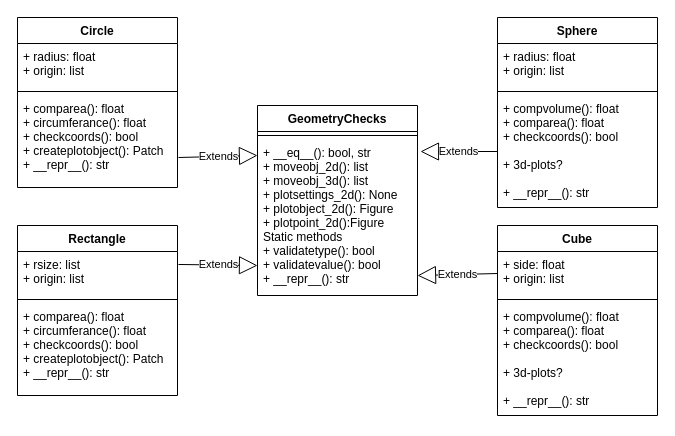
Before: Labs/lab3/geometryUML.drawio in jwiegert/python-programming-joachim-wiegert, a draw.io diagram. Source tidied: cells renumbered, new cells numbered last; positions are measured from the earlier drawing's top-left corner, leaving out a move shared by most shapes. Both pictures are drawn from the tidied source at 100%, with x=0, y=0 at pixel (17, 17).
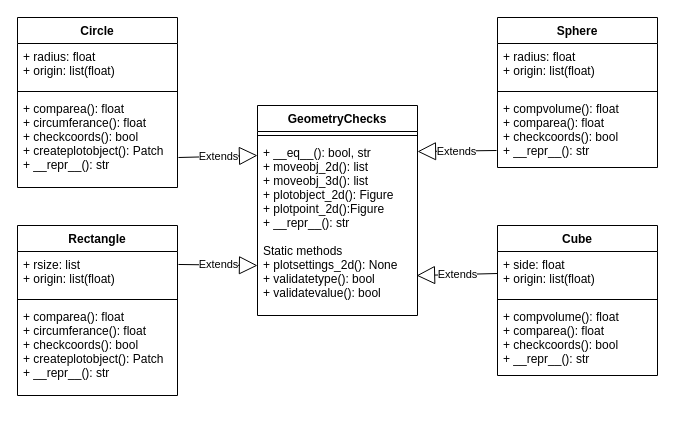
The same diagram, later.

Unchanged cells that the change refers to:
```xml
<mxCell id="5" value="Circle" style="swimlane;fontStyle=1;align=center;verticalAlign=top;horizontal=1;startSize=26;hachureGap=4;" parent="1" vertex="1">
  <mxGeometry width="160" height="170" as="geometry" />
</mxCell>
<mxCell id="9" value="Rectangle" style="swimlane;fontStyle=1;align=center;verticalAlign=top;horizontal=1;startSize=26;hachureGap=4;" parent="1" vertex="1">
  <mxGeometry y="208" width="160" height="170" as="geometry" />
</mxCell>
```

The edit, as a diff of the source:
```diff
@@
     <mxCell id="2" value="GeometryChecks" style="swimlane;fontStyle=1;align=center;verticalAlign=top;horizontal=1;startSize=26;hachureGap=4;" parent="1" vertex="1">
-      <mxGeometry x="240" y="88" width="160" height="190" as="geometry" />
+      <mxGeometry x="240" y="88" width="160" height="210" as="geometry" />
     </mxCell>
@@
-    <mxCell id="4" value="+ __eq__(): bool, str&#10;+ moveobj_2d(): list&#10;+ moveobj_3d(): list&#10;+ plotsettings_2d(): None&#10;+ plotobject_2d(): Figure&#10;+ plotpoint_2d():Figure&#10;Static methods&#10;+ validatetype(): bool&#10;+ validatevalue(): bool&#10;+ __repr__(): str" style="text;strokeColor=none;fillColor=none;align=left;verticalAlign=top;spacingLeft=4;spacingRight=4;overflow=hidden;points=[[0,0.5],[1,0.5]];portConstraint=eastwest;" parent="2" vertex="1">
-      <mxGeometry y="34" width="160" height="156" as="geometry" />
+    <mxCell id="4" value="+ __eq__(): bool, str&#10;+ moveobj_2d(): list&#10;+ moveobj_3d(): list&#10;+ plotobject_2d(): Figure&#10;+ plotpoint_2d():Figure&#10;+ __repr__(): str&#10;&#10;Static methods&#10;+ plotsettings_2d(): None&#10;+ validatetype(): bool&#10;+ validatevalue(): bool&#10;" style="text;strokeColor=none;fillColor=none;align=left;verticalAlign=top;spacingLeft=4;spacingRight=4;overflow=hidden;points=[[0,0.5],[1,0.5]];portConstraint=eastwest;" parent="2" vertex="1">
+      <mxGeometry y="34" width="160" height="176" as="geometry" />
     </mxCell>
@@
-    <mxCell id="6" value="+ radius: float&#10;+ origin: list" style="text;strokeColor=none;fillColor=none;align=left;verticalAlign=top;spacingLeft=4;spacingRight=4;overflow=hidden;" parent="5" vertex="1">
+    <mxCell id="6" value="+ radius: float&#10;+ origin: list(float)" style="text;strokeColor=none;fillColor=none;align=left;verticalAlign=top;spacingLeft=4;spacingRight=4;overflow=hidden;" parent="5" vertex="1">
       <mxGeometry y="26" width="160" height="44" as="geometry" />
     </mxCell>
@@
-    <mxCell id="10" value="+ rsize: list&#10;+ origin: list" style="text;strokeColor=none;fillColor=none;align=left;verticalAlign=top;spacingLeft=4;spacingRight=4;overflow=hidden;points=[[0,0.5],[1,0.5]];portConstraint=eastwest;" parent="9" vertex="1">
+    <mxCell id="10" value="+ rsize: list&#10;+ origin: list(float)" style="text;strokeColor=none;fillColor=none;align=left;verticalAlign=top;spacingLeft=4;spacingRight=4;overflow=hidden;points=[[0,0.5],[1,0.5]];portConstraint=eastwest;" parent="9" vertex="1">
       <mxGeometry y="26" width="160" height="44" as="geometry" />
     </mxCell>
@@
     <mxCell id="13" value="Sphere" style="swimlane;fontStyle=1;align=center;verticalAlign=top;horizontal=1;startSize=26;hachureGap=4;" parent="1" vertex="1">
-      <mxGeometry x="480" width="160" height="190" as="geometry" />
+      <mxGeometry x="480" width="160" height="150" as="geometry" />
     </mxCell>
-    <mxCell id="14" value="+ radius: float&#10;+ origin: list" style="text;strokeColor=none;fillColor=none;align=left;verticalAlign=top;spacingLeft=4;spacingRight=4;overflow=hidden;" parent="13" vertex="1">
+    <mxCell id="14" value="+ radius: float&#10;+ origin: list(float)" style="text;strokeColor=none;fillColor=none;align=left;verticalAlign=top;spacingLeft=4;spacingRight=4;overflow=hidden;" parent="13" vertex="1">
       <mxGeometry y="26" width="160" height="44" as="geometry" />
     </mxCell>
@@
-    <mxCell id="16" value="+ compvolume(): float&#10;+ comparea(): float&#10;+ checkcoords(): bool&#10;&#10;+ 3d-plots?&#10;&#10;+ __repr__(): str" style="text;strokeColor=none;fillColor=none;align=left;verticalAlign=top;spacingLeft=4;spacingRight=4;overflow=hidden;points=[[0,0.5],[1,0.5]];portConstraint=eastwest;" parent="13" vertex="1">
-      <mxGeometry y="78" width="160" height="112" as="geometry" />
+    <mxCell id="16" value="+ compvolume(): float&#10;+ comparea(): float&#10;+ checkcoords(): bool&#10;+ __repr__(): str" style="text;strokeColor=none;fillColor=none;align=left;verticalAlign=top;spacingLeft=4;spacingRight=4;overflow=hidden;points=[[0,0.5],[1,0.5]];portConstraint=eastwest;" parent="13" vertex="1">
+      <mxGeometry y="78" width="160" height="72" as="geometry" />
     </mxCell>
     <mxCell id="17" value="Cube" style="swimlane;fontStyle=1;align=center;verticalAlign=top;horizontal=1;startSize=26;hachureGap=4;" parent="1" vertex="1">
-      <mxGeometry x="480" y="208" width="160" height="190" as="geometry" />
+      <mxGeometry x="480" y="208" width="160" height="150" as="geometry" />
     </mxCell>
-    <mxCell id="18" value="+ side: float&#10;+ origin: list" style="text;strokeColor=none;fillColor=none;align=left;verticalAlign=top;spacingLeft=4;spacingRight=4;overflow=hidden;points=[[0,0.5],[1,0.5]];portConstraint=eastwest;" parent="17" vertex="1">
+    <mxCell id="18" value="+ side: float&#10;+ origin: list(float)" style="text;strokeColor=none;fillColor=none;align=left;verticalAlign=top;spacingLeft=4;spacingRight=4;overflow=hidden;points=[[0,0.5],[1,0.5]];portConstraint=eastwest;" parent="17" vertex="1">
       <mxGeometry y="26" width="160" height="44" as="geometry" />
     </mxCell>
@@
-    <mxCell id="20" value="+ compvolume(): float&#10;+ comparea(): float&#10;+ checkcoords(): bool&#10;&#10;+ 3d-plots?&#10;&#10;+ __repr__(): str" style="text;strokeColor=none;fillColor=none;align=left;verticalAlign=top;spacingLeft=4;spacingRight=4;overflow=hidden;" parent="17" vertex="1">
-      <mxGeometry y="78" width="160" height="112" as="geometry" />
+    <mxCell id="20" value="+ compvolume(): float&#10;+ comparea(): float&#10;+ checkcoords(): bool&#10;+ __repr__(): str" style="text;strokeColor=none;fillColor=none;align=left;verticalAlign=top;spacingLeft=4;spacingRight=4;overflow=hidden;" parent="17" vertex="1">
+      <mxGeometry y="78" width="160" height="72" as="geometry" />
     </mxCell>
@@
-    <mxCell id="23" value="Extends" style="endArrow=block;endSize=16;endFill=0;html=1;sourcePerimeterSpacing=8;targetPerimeterSpacing=8;exitX=0;exitY=0.5;exitDx=0;exitDy=0;" parent="1" edge="1" source="16">
+    <mxCell id="23" value="Extends" style="endArrow=block;endSize=16;endFill=0;html=1;sourcePerimeterSpacing=8;targetPerimeterSpacing=8;exitX=-0.006;exitY=0.764;exitDx=0;exitDy=0;exitPerimeter=0;" parent="1" edge="1" source="16">
       <mxGeometry relative="1" as="geometry">
-        <mxPoint x="403" y="134" as="targetPoint" />
+        <mxPoint x="400" y="134" as="targetPoint" />
       </mxGeometry>
     </mxCell>
-    <mxCell id="24" value="Extends" style="endArrow=block;endSize=16;endFill=0;html=1;sourcePerimeterSpacing=8;targetPerimeterSpacing=8;exitX=0;exitY=0.5;exitDx=0;exitDy=0;entryX=1;entryY=0.872;entryDx=0;entryDy=0;entryPerimeter=0;" parent="1" edge="1" source="18" target="4">
+    <mxCell id="24" value="Extends" style="endArrow=block;endSize=16;endFill=0;html=1;sourcePerimeterSpacing=8;targetPerimeterSpacing=8;exitX=0;exitY=0.5;exitDx=0;exitDy=0;entryX=0.994;entryY=0.773;entryDx=0;entryDy=0;entryPerimeter=0;" parent="1" edge="1" source="18" target="4">
       <mxGeometry relative="1" as="geometry" />
     </mxCell>
```
